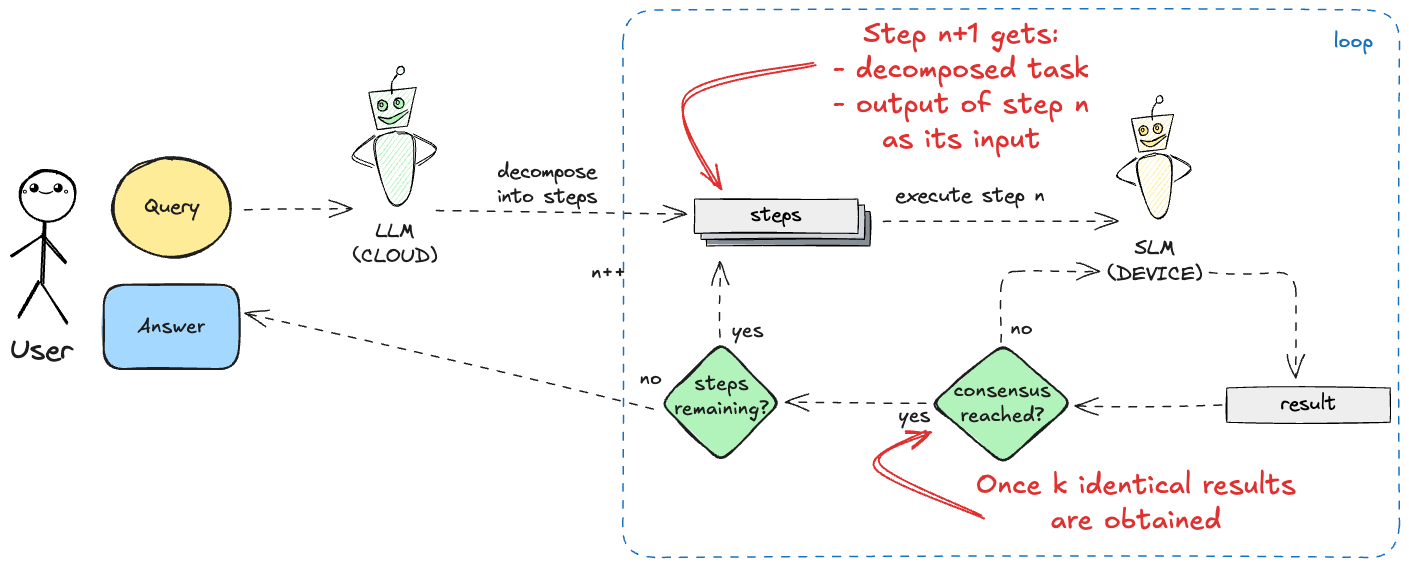
The Excalidraw diagram azurebootcamp-2026/graphics/03-maker.excalidraw.png in filipw/filipw.github.io, before a commit. Source tidied: one line per element, renumbered; positions are measured from the earlier drawing's top-left corner, leaving out a move shared by most shapes.
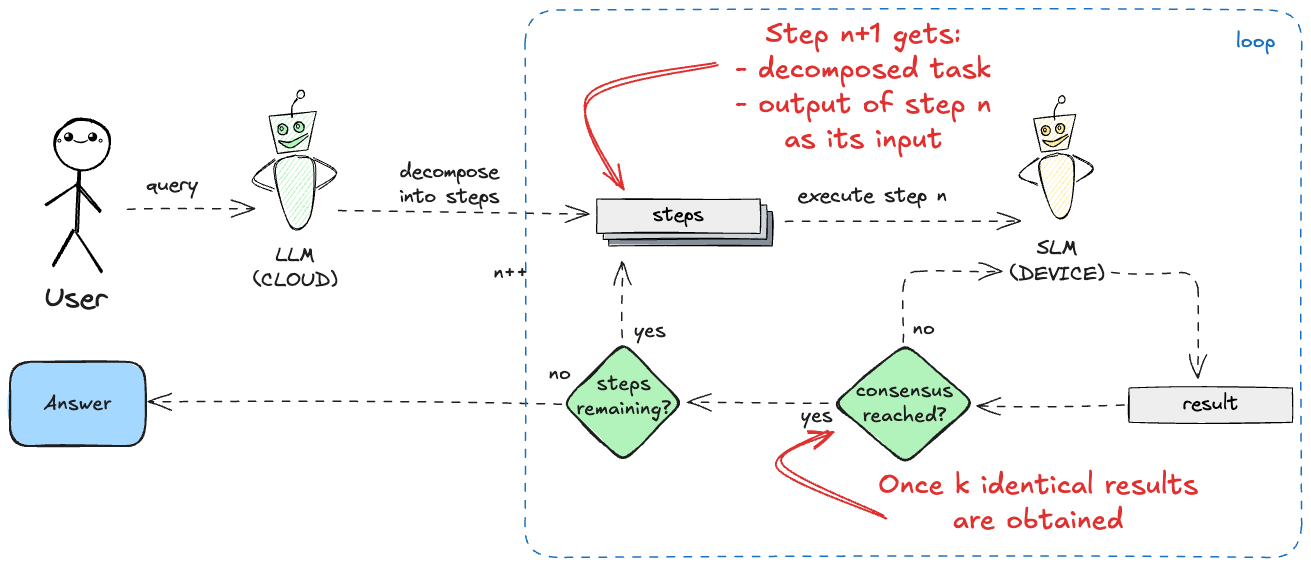
The same file after the commit.

Change to the diagram source:
```diff
@@ -10,38 +10,36 @@
 {"id": 9, "type": "ellipse", "strokeColor": "#000000", "backgroundColor": "#ffec99", "fillStyle": "solid", "strokeWidth": 1, "roughness": 1, "x": 1144, "y": 114, "width": 9, "height": 10}
 {"id": 10, "type": "ellipse", "strokeColor": "#000000", "backgroundColor": "#ffec99", "fillStyle": "solid", "strokeWidth": 1, "roughness": 0, "x": 1146, "y": 116, "width": 3, "height": 4}
 {"id": 11, "type": "text", "text": "SLM\n(DEVICE)", "strokeColor": "#1e1e1e", "backgroundColor": "#ffec99", "fillStyle": "solid", "strokeWidth": 2, "roughness": 1, "fontSize": 20.61, "fontFamily": 1, "textAlign": "center", "x": 1098, "y": 226, "width": 95, "height": 52}
-{"id": 12, "type": "ellipse", "strokeColor": "#000000", "strokeWidth": 2, "roughness": 1, "x": 10, "y": 160, "width": 56, "height": 51}
+{"id": 12, "type": "ellipse", "strokeColor": "#000000", "strokeWidth": 2, "roughness": 1, "x": 142, "y": 109, "width": 56, "height": 51}
-{"id": 13, "type": "line", "strokeColor": "#000000", "backgroundColor": "#ced4da", "fillStyle": "solid", "strokeWidth": 2, "roughness": 1, "round": true, "x": 35, "y": 211, "width": 3, "height": 62, "points": [[0, 0], [-3, 62]]}
+{"id": 13, "type": "line", "strokeColor": "#000000", "backgroundColor": "#ced4da", "fillStyle": "solid", "strokeWidth": 2, "roughness": 1, "round": true, "x": 167, "y": 160, "width": 3, "height": 62, "points": [[0, 0], [-3, 62]]}
-{"id": 14, "type": "line", "strokeColor": "#000000", "backgroundColor": "#ced4da", "fillStyle": "solid", "strokeWidth": 2, "roughness": 1, "round": true, "x": 32, "y": 275, "width": 25, "height": 38, "points": [[0, 0], [25, 38]]}
+{"id": 14, "type": "line", "strokeColor": "#000000", "backgroundColor": "#ced4da", "fillStyle": "solid", "strokeWidth": 2, "roughness": 1, "round": true, "x": 165, "y": 224, "width": 25, "height": 38, "points": [[0, 0], [25, 38]]}
-{"id": 15, "type": "line", "strokeColor": "#000000", "backgroundColor": "#ced4da", "fillStyle": "solid", "strokeWidth": 2, "roughness": 1, "round": true, "x": 29, "y": 272, "width": 21, "height": 35, "points": [[0, 0], [-21, 35]]}
+{"id": 15, "type": "line", "strokeColor": "#000000", "backgroundColor": "#ced4da", "fillStyle": "solid", "strokeWidth": 2, "roughness": 1, "round": true, "x": 161, "y": 221, "width": 21, "height": 35, "points": [[0, 0], [-21, 35]]}
-{"id": 16, "type": "line", "strokeColor": "#000000", "backgroundColor": "#ced4da", "fillStyle": "solid", "strokeWidth": 2, "roughness": 1, "round": true, "x": 1, "y": 247, "width": 32, "height": 21, "points": [[0, 0], [32, -21]]}
+{"id": 16, "type": "line", "strokeColor": "#000000", "backgroundColor": "#ced4da", "fillStyle": "solid", "strokeWidth": 2, "roughness": 1, "round": true, "x": 133, "y": 195, "width": 32, "height": 21, "points": [[0, 0], [32, -21]]}
-{"id": 17, "type": "line", "strokeColor": "#000000", "backgroundColor": "#ced4da", "fillStyle": "solid", "strokeWidth": 2, "roughness": 1, "round": true, "x": 33, "y": 225, "width": 23, "height": 28, "points": [[0, 0], [23, 28]]}
+{"id": 17, "type": "line", "strokeColor": "#000000", "backgroundColor": "#ced4da", "fillStyle": "solid", "strokeWidth": 2, "roughness": 1, "round": true, "x": 165, "y": 173, "width": 23, "height": 28, "points": [[0, 0], [23, 28]]}
-{"id": 18, "type": "text", "text": "｡◕‿◕｡", "strokeColor": "#000000", "strokeWidth": 1, "roughness": 1, "fontSize": 15.28, "fontFamily": 1, "x": 11, "y": 167, "width": 49, "height": 22}
+{"id": 18, "type": "text", "text": "｡◕‿◕｡", "strokeColor": "#000000", "strokeWidth": 1, "roughness": 1, "fontSize": 15.28, "fontFamily": 1, "x": 144, "y": 116, "width": 49, "height": 22}
-{"id": 19, "type": "text", "text": "User", "strokeColor": "#1e1e1e", "backgroundColor": "#b2f2bb", "fillStyle": "solid", "strokeWidth": 2, "roughness": 1, "fontSize": 28, "fontFamily": 1, "x": 0, "y": 323, "width": 63, "height": 35}
+{"id": 19, "type": "text", "text": "User", "strokeColor": "#1e1e1e", "backgroundColor": "#b2f2bb", "fillStyle": "solid", "strokeWidth": 2, "roughness": 1, "fontSize": 28, "fontFamily": 1, "x": 132, "y": 272, "width": 63, "height": 35}
 {"id": 20, "type": "arrow", "strokeColor": "#1e1e1e", "backgroundColor": "#b2f2bb", "fillStyle": "solid", "strokeWidth": 1, "strokeStyle": "dashed", "roughness": 1, "endArrowhead": "arrow", "round": true, "from": 36, "to": 11, "x": 874, "y": 212, "width": 235, "height": 2, "points": [[0, 0], [235, -2]]}
 {"id": 21, "type": "text", "text": "execute step n", "strokeColor": "#1e1e1e", "backgroundColor": "#b2f2bb", "fillStyle": "solid", "strokeWidth": 2, "strokeStyle": "dashed", "roughness": 1, "fontSize": 20, "fontFamily": 1, "textAlign": "center", "x": 885, "y": 174, "width": 149, "height": 25}
-{"id": 22, "type": "line", "strokeColor": "#000000", "backgroundColor": "#b2f2bb", "fillStyle": "hachure", "strokeWidth": 1, "roughness": 1, "x": 359, "y": 82, "width": 47, "height": 42, "points": [[0, 0], [8, 37], [39, 34], [47, -5], [0, 0]]}
+{"id": 22, "type": "line", "strokeColor": "#000000", "backgroundColor": "#b2f2bb", "fillStyle": "hachure", "strokeWidth": 1, "roughness": 1, "x": 357, "y": 106, "width": 47, "height": 42, "points": [[0, 0], [8, 37], [39, 34], [47, -5], [0, 0]]}
-{"id": 23, "type": "line", "strokeColor": "#000000", "angle": 0.41, "backgroundColor": "#b2f2bb", "fillStyle": "hachure", "strokeWidth": 1, "roughness": 1, "round": true, "x": 386, "y": 84, "width": 4, "height": 19, "points": [[0, 0], [-4, -10], [-3, -19]]}
+{"id": 23, "type": "line", "strokeColor": "#000000", "angle": 0.41, "backgroundColor": "#b2f2bb", "fillStyle": "hachure", "strokeWidth": 1, "roughness": 1, "round": true, "x": 384, "y": 107, "width": 4, "height": 19, "points": [[0, 0], [-4, -10], [-3, -19]]}
-{"id": 24, "type": "ellipse", "strokeColor": "#000000", "angle": 6.58, "backgroundColor": "#b2f2bb", "fillStyle": "hachure", "strokeWidth": 1, "roughness": 1, "x": 387, "y": 56, "width": 7, "height": 9}
+{"id": 24, "type": "ellipse", "strokeColor": "#000000", "angle": 6.58, "backgroundColor": "#b2f2bb", "fillStyle": "hachure", "strokeWidth": 1, "roughness": 1, "x": 385, "y": 80, "width": 7, "height": 9}
-{"id": 25, "type": "line", "strokeColor": "#000000", "angle": 6.21, "backgroundColor": "#b2f2bb", "fillStyle": "hachure", "strokeWidth": 1, "roughness": 1, "round": true, "x": 389, "y": 122, "width": 39, "height": 69, "points": [[0, 0], [17, 9], [8, 62], [-11, 68], [-23, 10], [-1, -1]]}
+{"id": 25, "type": "line", "strokeColor": "#000000", "angle": 6.21, "backgroundColor": "#b2f2bb", "fillStyle": "hachure", "strokeWidth": 1, "roughness": 1, "round": true, "x": 387, "y": 146, "width": 39, "height": 69, "points": [[0, 0], [17, 9], [8, 62], [-11, 68], [-23, 10], [-1, -1]]}
-{"id": 26, "type": "line", "strokeColor": "#000000", "angle": 0.13, "backgroundColor": "#b2f2bb", "fillStyle": "hachure", "strokeWidth": 1, "roughness": 1, "round": true, "x": 402, "y": 126, "width": 23, "height": 29, "points": [[0, 0], [23, 11], [7, 29]]}
+{"id": 26, "type": "line", "strokeColor": "#000000", "angle": 0.13, "backgroundColor": "#b2f2bb", "fillStyle": "hachure", "strokeWidth": 1, "roughness": 1, "round": true, "x": 400, "y": 150, "width": 23, "height": 29, "points": [[0, 0], [23, 11], [7, 29]]}
-{"id": 27, "type": "line", "strokeColor": "#000000", "angle": 6.08, "backgroundColor": "#b2f2bb", "fillStyle": "hachure", "strokeWidth": 1, "roughness": 1, "round": true, "x": 367, "y": 129, "width": 25, "height": 29, "points": [[0, 0], [-25, 15], [-7, 29]]}
+{"id": 27, "type": "line", "strokeColor": "#000000", "angle": 6.08, "backgroundColor": "#b2f2bb", "fillStyle": "hachure", "strokeWidth": 1, "roughness": 1, "round": true, "x": 365, "y": 153, "width": 25, "height": 29, "points": [[0, 0], [-25, 15], [-7, 29]]}
-{"id": 28, "type": "line", "strokeColor": "#000000", "backgroundColor": "#b2f2bb", "fillStyle": "solid", "strokeWidth": 1, "roughness": 1, "round": true, "x": 397, "y": 100, "width": 29, "height": 14, "points": [[0, 0], [-12, 6], [-19, 8], [-29, 7], [-16, 14], [0, 2]]}
+{"id": 28, "type": "line", "strokeColor": "#000000", "backgroundColor": "#b2f2bb", "fillStyle": "solid", "strokeWidth": 1, "roughness": 1, "round": true, "x": 395, "y": 124, "width": 29, "height": 14, "points": [[0, 0], [-12, 6], [-19, 8], [-29, 7], [-16, 14], [0, 2]]}
-{"id": 29, "type": "ellipse", "strokeColor": "#000000", "backgroundColor": "#b2f2bb", "fillStyle": "solid", "strokeWidth": 1, "roughness": 1, "x": 367, "y": 90, "width": 10, "height": 11}
+{"id": 29, "type": "ellipse", "strokeColor": "#000000", "backgroundColor": "#b2f2bb", "fillStyle": "solid", "strokeWidth": 1, "roughness": 1, "x": 365, "y": 114, "width": 10, "height": 11}
-{"id": 30, "type": "ellipse", "strokeColor": "#000000", "backgroundColor": "#b2f2bb", "fillStyle": "solid", "strokeWidth": 1, "roughness": 0, "x": 370, "y": 93, "width": 3, "height": 4}
+{"id": 30, "type": "ellipse", "strokeColor": "#000000", "backgroundColor": "#b2f2bb", "fillStyle": "solid", "strokeWidth": 1, "roughness": 0, "x": 368, "y": 117, "width": 3, "height": 4}
-{"id": 31, "type": "ellipse", "strokeColor": "#000000", "backgroundColor": "#b2f2bb", "fillStyle": "solid", "strokeWidth": 1, "roughness": 1, "x": 384, "y": 88, "width": 10, "height": 11}
+{"id": 31, "type": "ellipse", "strokeColor": "#000000", "backgroundColor": "#b2f2bb", "fillStyle": "solid", "strokeWidth": 1, "roughness": 1, "x": 382, "y": 112, "width": 10, "height": 11}
-{"id": 32, "type": "ellipse", "strokeColor": "#000000", "backgroundColor": "#b2f2bb", "fillStyle": "solid", "strokeWidth": 1, "roughness": 0, "x": 386, "y": 90, "width": 3, "height": 4}
+{"id": 32, "type": "ellipse", "strokeColor": "#000000", "backgroundColor": "#b2f2bb", "fillStyle": "solid", "strokeWidth": 1, "roughness": 0, "x": 384, "y": 114, "width": 3, "height": 4}
-{"id": 33, "type": "text", "text": "LLM\n(CLOUD)", "strokeColor": "#1e1e1e", "backgroundColor": "#b2f2bb", "fillStyle": "solid", "strokeWidth": 2, "roughness": 1, "fontSize": 20, "fontFamily": 1, "textAlign": "center", "x": 343, "y": 209, "width": 84, "height": 50}
+{"id": 33, "type": "text", "text": "LLM\n(CLOUD)", "strokeColor": "#1e1e1e", "backgroundColor": "#b2f2bb", "fillStyle": "solid", "strokeWidth": 2, "roughness": 1, "fontSize": 20, "fontFamily": 1, "textAlign": "center", "x": 341, "y": 233, "width": 84, "height": 50}
-{"id": 34, "type": "ellipse", "strokeColor": "#1e1e1e", "backgroundColor": "#ffec99", "fillStyle": "solid", "strokeWidth": 2, "roughness": 1, "round": true, "x": 103, "y": 148, "width": 119, "height": 99}
-{"id": 35, "type": "text", "text": "Query", "strokeColor": "#1e1e1e", "strokeWidth": 2, "roughness": 1, "fontSize": 20, "fontFamily": 1, "textAlign": "center", "verticalAlign": "middle", "inside": 34, "x": 137, "y": 185, "width": 50, "height": 25}
 {"id": 36, "type": "rectangle", "strokeColor": "#000000", "backgroundColor": "#868e96", "fillStyle": "solid", "strokeWidth": 1, "roughness": 1, "x": 697, "y": 202, "width": 163, "height": 34}
 {"id": 37, "type": "rectangle", "strokeColor": "#000000", "backgroundColor": "#ced4da", "fillStyle": "solid", "strokeWidth": 1, "roughness": 1, "x": 691, "y": 195, "width": 163, "height": 34}
 {"id": 38, "type": "rectangle", "strokeColor": "#000000", "backgroundColor": "#eeeeee", "fillStyle": "solid", "strokeWidth": 1, "roughness": 1, "x": 684, "y": 189, "width": 163, "height": 34}
 {"id": 39, "type": "text", "text": "steps", "strokeColor": "#000000", "backgroundColor": "#ced4da", "fillStyle": "solid", "strokeWidth": 1, "roughness": 1, "fontSize": 19.01, "fontFamily": 1, "textAlign": "center", "x": 740, "y": 193, "width": 51, "height": 25}
 {"id": 40, "type": "rectangle", "strokeColor": "#000000", "backgroundColor": "#eeeeee", "fillStyle": "solid", "strokeWidth": 1, "roughness": 1, "x": 1217, "y": 378, "width": 163, "height": 34}
 {"id": 41, "type": "text", "text": "result", "strokeColor": "#000000", "backgroundColor": "#ced4da", "fillStyle": "solid", "strokeWidth": 1, "roughness": 1, "fontSize": 19.01, "fontFamily": 1, "textAlign": "center", "x": 1271, "y": 382, "width": 55, "height": 25}
-{"id": 42, "type": "rectangle", "strokeColor": "#1e1e1e", "backgroundColor": "#a5d8ff", "fillStyle": "solid", "strokeWidth": 2, "roughness": 1, "round": true, "x": 94, "y": 275, "width": 135, "height": 84}
+{"id": 42, "type": "rectangle", "strokeColor": "#1e1e1e", "backgroundColor": "#a5d8ff", "fillStyle": "solid", "strokeWidth": 2, "roughness": 1, "round": true, "x": 98, "y": 352, "width": 135, "height": 84}
-{"id": 43, "type": "text", "text": "Answer", "strokeColor": "#1e1e1e", "backgroundColor": "#ffec99", "fillStyle": "solid", "strokeWidth": 2, "roughness": 1, "fontSize": 20, "fontFamily": 5, "textAlign": "center", "verticalAlign": "middle", "inside": 42, "x": 127, "y": 304, "width": 68, "height": 25}
+{"id": 43, "type": "text", "text": "Answer", "strokeColor": "#1e1e1e", "backgroundColor": "#ffec99", "fillStyle": "solid", "strokeWidth": 2, "roughness": 1, "fontSize": 20, "fontFamily": 5, "textAlign": "center", "verticalAlign": "middle", "inside": 42, "x": 132, "y": 381, "width": 68, "height": 25}
 {"id": 44, "type": "arrow", "strokeColor": "#1e1e1e", "backgroundColor": "#b2f2bb", "fillStyle": "solid", "strokeWidth": 1, "strokeStyle": "dashed", "roughness": 1, "endArrowhead": "arrow", "round": true, "from": 33, "to": 38, "x": 427, "y": 201, "width": 250, "height": 2, "points": [[0, 0], [250, 2]]}
 {"id": 45, "type": "arrow", "strokeColor": "#1e1e1e", "strokeWidth": 1, "strokeStyle": "dashed", "roughness": 1, "endArrowhead": "arrow", "from": 40, "to": 48, "x": 1212, "y": 395, "width": 147, "height": 1, "points": [[0, 0], [-147, 1]]}
 {"id": 46, "type": "diamond", "strokeColor": "#1e1e1e", "backgroundColor": "#b2f2bb", "fillStyle": "solid", "strokeWidth": 2, "roughness": 1, "round": true, "x": 650, "y": 333, "width": 120, "height": 120}
@@ -49,9 +47,9 @@
 {"id": 48, "type": "diamond", "strokeColor": "#1e1e1e", "backgroundColor": "#b2f2bb", "fillStyle": "solid", "strokeWidth": 2, "roughness": 1, "round": true, "x": 922, "y": 333, "width": 141, "height": 120}
 {"id": 49, "type": "text", "text": "consensus\nreached?", "strokeColor": "#1e1e1e", "backgroundColor": "#b2f2bb", "fillStyle": "solid", "strokeWidth": 1, "roughness": 1, "fontSize": 20, "fontFamily": 5, "textAlign": "center", "x": 944, "y": 368, "width": 97, "height": 50}
 {"id": 50, "type": "arrow", "strokeColor": "#1e1e1e", "strokeWidth": 1, "strokeStyle": "dashed", "roughness": 1, "endArrowhead": "arrow", "from": 48, "to": 46, "x": 916, "y": 393, "width": 141, "height": 1, "points": [[0, 0], [-141, -1]]}
-{"id": 51, "type": "arrow", "strokeColor": "#1e1e1e", "strokeWidth": 1, "strokeStyle": "dashed", "roughness": 1, "endArrowhead": "arrow", "from": 46, "to": 42, "x": 643, "y": 399, "width": 409, "height": 96, "points": [[0, 0], [-409, -96]]}
+{"id": 51, "type": "arrow", "strokeColor": "#1e1e1e", "strokeWidth": 1, "strokeStyle": "dashed", "roughness": 1, "endArrowhead": "arrow", "from": 47, "to": 42, "x": 649, "y": 394, "width": 414, "height": 2, "points": [[0, 0], [-414, -2]]}
-{"id": 52, "type": "arrow", "strokeColor": "#1e1e1e", "strokeWidth": 1, "strokeStyle": "dashed", "roughness": 1, "endArrowhead": "arrow", "from": 34, "x": 234, "y": 200, "width": 108, "height": 1, "points": [[0, 0], [108, -1]]}
+{"id": 52, "type": "arrow", "strokeColor": "#1e1e1e", "strokeWidth": 1, "strokeStyle": "dashed", "roughness": 1, "endArrowhead": "arrow", "x": 215, "y": 199, "width": 127, "height": 1, "points": [[0, 0], [127, -1]]}
-{"id": 53, "type": "text", "text": "no", "strokeColor": "#1e1e1e", "strokeWidth": 1, "roughness": 1, "fontSize": 20, "fontFamily": 5, "textAlign": "center", "x": 629, "y": 357, "width": 23, "height": 25}
+{"id": 53, "type": "text", "text": "no", "strokeColor": "#1e1e1e", "strokeWidth": 1, "roughness": 1, "fontSize": 20, "fontFamily": 5, "textAlign": "center", "x": 636, "y": 351, "width": 23, "height": 25}
 {"id": 54, "type": "text", "text": "yes", "strokeColor": "#1e1e1e", "strokeWidth": 1, "roughness": 1, "fontSize": 20, "fontFamily": 5, "textAlign": "center", "x": 721, "y": 309, "width": 32, "height": 25}
 {"id": 55, "type": "text", "text": "yes", "strokeColor": "#1e1e1e", "strokeWidth": 1, "roughness": 1, "fontSize": 20, "fontFamily": 5, "textAlign": "center", "x": 888, "y": 393, "width": 32, "height": 25}
 {"id": 56, "type": "text", "text": "no", "strokeColor": "#1e1e1e", "strokeWidth": 1, "roughness": 1, "fontSize": 20, "fontFamily": 5, "textAlign": "center", "x": 1000, "y": 307, "width": 23, "height": 25}
@@ -66,3 +64,4 @@
 {"id": 65, "type": "arrow", "strokeColor": "#e03131", "backgroundColor": "#b2f2bb", "fillStyle": "solid", "strokeWidth": 2, "roughness": 2, "endArrowhead": "arrow", "round": true, "x": 973, "y": 509, "width": 105, "height": 86, "points": [[0, 0], [-105, -53], [-55, -86]]}
 {"id": 66, "type": "rectangle", "strokeColor": "#1971c2", "strokeWidth": 1, "strokeStyle": "dashed", "roughness": 1, "round": true, "x": 613, "y": 0, "width": 777, "height": 547}
 {"id": 67, "type": "text", "text": "loop", "strokeColor": "#1971c2", "strokeWidth": 1, "strokeStyle": "dashed", "roughness": 1, "fontSize": 20, "fontFamily": 5, "textAlign": "center", "x": 1324, "y": 20, "width": 39, "height": 25}
+{"id": 68, "type": "text", "text": "query", "strokeColor": "#1e1e1e", "backgroundColor": "#b2f2bb", "fillStyle": "solid", "strokeWidth": 2, "strokeStyle": "dashed", "roughness": 1, "fontSize": 20, "fontFamily": 1, "textAlign": "center", "x": 234, "y": 162, "width": 51, "height": 25}
```
